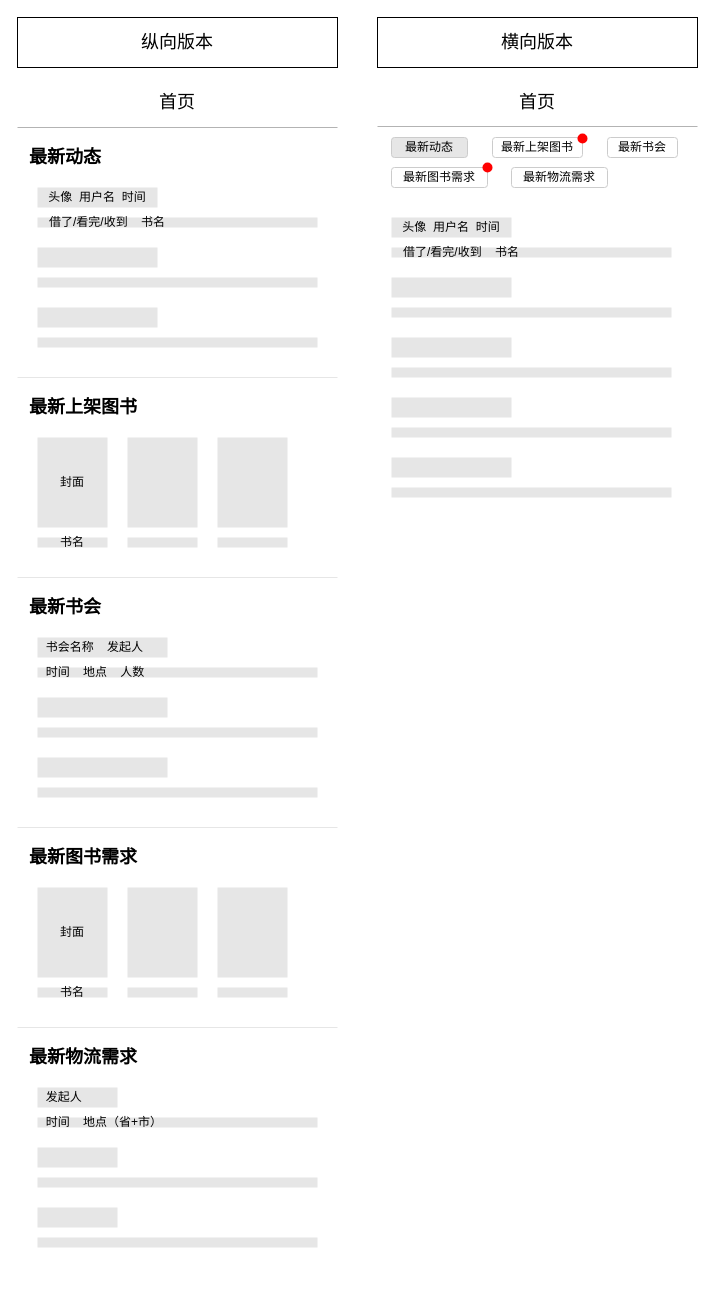
Earlier version of the draw.io diagram page "首页" (1 of 2) of design/Wireframes.drawio (New-Citizen-Program/WavePure). Source tidied: cells renumbered, new cells numbered last; positions are measured from the earlier drawing's top-left corner, leaving out a move shared by most shapes. Both pictures are drawn from the tidied source at 100%, with x=0, y=0 at pixel (17, 17).
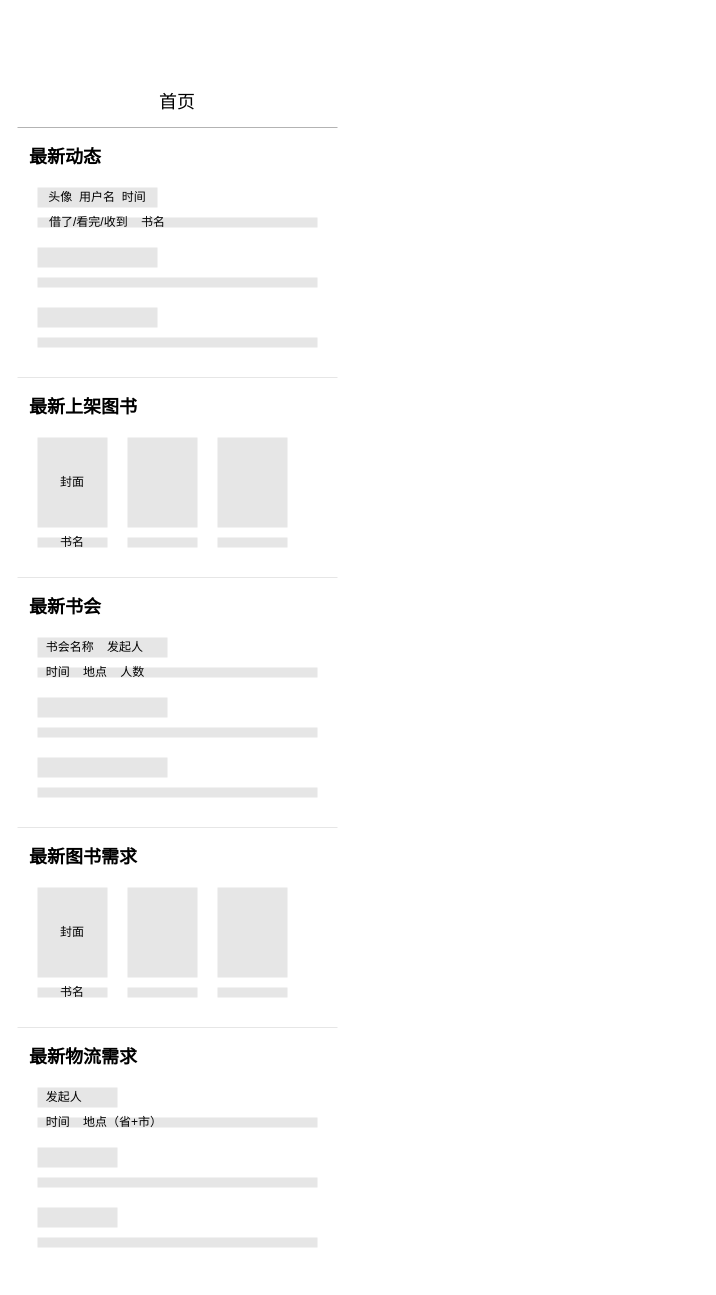
Above is the later version.

Diff of the diagram source:
```diff
@@
-    <mxCell id="44" style="rounded=0;whiteSpace=wrap;html=1;fillColor=#ffffff;strokeColor=none;" parent="1" vertex="1">
-      <mxGeometry x="360" y="60" width="320" height="540" as="geometry" />
-    </mxCell>
-    <mxCell id="45" value="&lt;span style=&quot;font-size: 18px&quot;&gt;首页&lt;/span&gt;" style="rounded=0;whiteSpace=wrap;html=1;fillColor=#ffffff;strokeColor=none;" parent="1" vertex="1">
-      <mxGeometry x="360" y="60" width="320" height="50" as="geometry" />
-    </mxCell>
-    <mxCell id="46" value="&lt;span style=&quot;font-size: 18px&quot;&gt;纵向版本&lt;/span&gt;" style="rounded=0;whiteSpace=wrap;html=1;fillColor=#ffffff;" parent="1" vertex="1">
-      <mxGeometry width="320" height="50" as="geometry" />
-    </mxCell>
-    <mxCell id="47" value="&lt;span style=&quot;font-size: 18px&quot;&gt;横向版本&lt;/span&gt;" style="rounded=0;whiteSpace=wrap;html=1;fillColor=#ffffff;" parent="1" vertex="1">
-      <mxGeometry x="360" width="320" height="50" as="geometry" />
-    </mxCell>
-    <mxCell id="48" style="endArrow=none;html=1;exitX=1;exitY=0;exitDx=0;exitDy=0;entryX=0;entryY=0;entryDx=0;entryDy=0;strokeColor=#B3B3B3;" parent="1" edge="1">
-      <mxGeometry relative="1" as="geometry">
-        <mxPoint x="680" y="109" as="sourcePoint" />
-        <mxPoint x="360" y="109" as="targetPoint" />
-      </mxGeometry>
-    </mxCell>
-    <mxCell id="49" value="最新动态" style="rounded=1;whiteSpace=wrap;html=1;strokeColor=#CCCCCC;fillColor=#E6E6E6;" parent="1" vertex="1">
-      <mxGeometry x="374" y="120" width="76" height="20" as="geometry" />
-    </mxCell>
-    <mxCell id="50" value="最新上架图书" style="rounded=1;whiteSpace=wrap;html=1;strokeColor=#CCCCCC;" parent="1" vertex="1">
-      <mxGeometry x="475" y="120" width="90" height="20" as="geometry" />
-    </mxCell>
-    <mxCell id="51" value="最新书会" style="rounded=1;whiteSpace=wrap;html=1;strokeColor=#CCCCCC;" parent="1" vertex="1">
-      <mxGeometry x="590" y="120" width="70" height="20" as="geometry" />
-    </mxCell>
-    <mxCell id="52" value="最新图书需求" style="rounded=1;whiteSpace=wrap;html=1;strokeColor=#CCCCCC;" parent="1" vertex="1">
-      <mxGeometry x="374" y="150" width="96" height="20" as="geometry" />
-    </mxCell>
-    <mxCell id="53" value="最新物流需求" style="rounded=1;whiteSpace=wrap;html=1;strokeColor=#CCCCCC;" parent="1" vertex="1">
-      <mxGeometry x="494" y="150" width="96" height="20" as="geometry" />
-    </mxCell>
-    <mxCell id="54" value="头像&amp;nbsp; 用户名&amp;nbsp; 时间" style="rounded=0;whiteSpace=wrap;html=1;fillColor=#E6E6E6;strokeColor=none;" parent="1" vertex="1">
-      <mxGeometry x="374" y="200" width="120" height="20" as="geometry" />
-    </mxCell>
-    <mxCell id="55" value="&amp;nbsp; &amp;nbsp;借了/看完/收到&amp;nbsp; &amp;nbsp; 书名" style="rounded=0;whiteSpace=wrap;html=1;fillColor=#E6E6E6;strokeColor=none;align=left;" parent="1" vertex="1">
-      <mxGeometry x="374" y="230" width="280" height="10" as="geometry" />
-    </mxCell>
-    <mxCell id="56" style="rounded=0;whiteSpace=wrap;html=1;fillColor=#E6E6E6;strokeColor=none;align=left;" parent="1" vertex="1">
-      <mxGeometry x="374" y="290" width="280" height="10" as="geometry" />
-    </mxCell>
-    <mxCell id="57" style="rounded=0;whiteSpace=wrap;html=1;fillColor=#E6E6E6;strokeColor=none;" parent="1" vertex="1">
-      <mxGeometry x="374" y="260" width="120" height="20" as="geometry" />
-    </mxCell>
-    <mxCell id="58" style="rounded=0;whiteSpace=wrap;html=1;fillColor=#E6E6E6;strokeColor=none;align=left;" parent="1" vertex="1">
-      <mxGeometry x="374" y="350" width="280" height="10" as="geometry" />
-    </mxCell>
-    <mxCell id="59" style="rounded=0;whiteSpace=wrap;html=1;fillColor=#E6E6E6;strokeColor=none;" parent="1" vertex="1">
-      <mxGeometry x="374" y="320" width="120" height="20" as="geometry" />
-    </mxCell>
-    <mxCell id="60" style="rounded=0;whiteSpace=wrap;html=1;fillColor=#E6E6E6;strokeColor=none;align=left;" parent="1" vertex="1">
-      <mxGeometry x="374" y="410" width="280" height="10" as="geometry" />
-    </mxCell>
-    <mxCell id="61" style="rounded=0;whiteSpace=wrap;html=1;fillColor=#E6E6E6;strokeColor=none;" parent="1" vertex="1">
-      <mxGeometry x="374" y="380" width="120" height="20" as="geometry" />
-    </mxCell>
-    <mxCell id="62" style="rounded=0;whiteSpace=wrap;html=1;fillColor=#E6E6E6;strokeColor=none;align=left;" parent="1" vertex="1">
-      <mxGeometry x="374" y="470" width="280" height="10" as="geometry" />
-    </mxCell>
-    <mxCell id="63" style="rounded=0;whiteSpace=wrap;html=1;fillColor=#E6E6E6;strokeColor=none;" parent="1" vertex="1">
-      <mxGeometry x="374" y="440" width="120" height="20" as="geometry" />
-    </mxCell>
-    <mxCell id="64" style="ellipse;whiteSpace=wrap;html=1;fillColor=#FF0000;strokeColor=none;" parent="1" vertex="1">
-      <mxGeometry x="560" y="116" width="10" height="10" as="geometry" />
-    </mxCell>
-    <mxCell id="65" style="ellipse;whiteSpace=wrap;html=1;fillColor=#FF0000;strokeColor=none;" parent="1" vertex="1">
-      <mxGeometry x="465" y="145" width="10" height="10" as="geometry" />
-    </mxCell>
```
